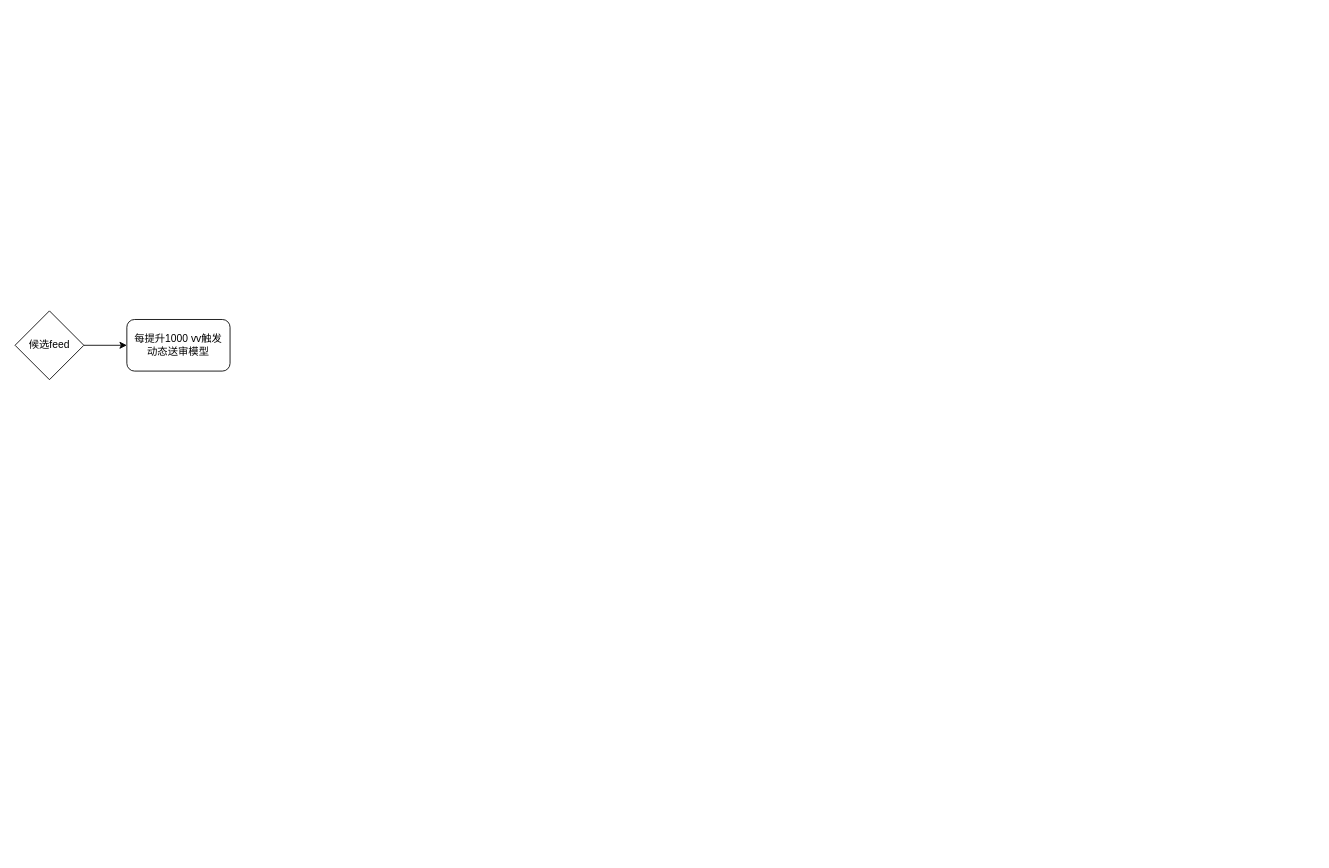
The draw.io diagram Untitled Diagram.drawio in CaryXiang/model_flow, before the edit. Source tidied: cells renumbered, new cells numbered last; positions are measured from the earlier drawing's top-left corner, leaving out a move shared by most shapes. Both pictures are drawn from the tidied source at 86%, with x=0, y=0 at pixel (15, 310).
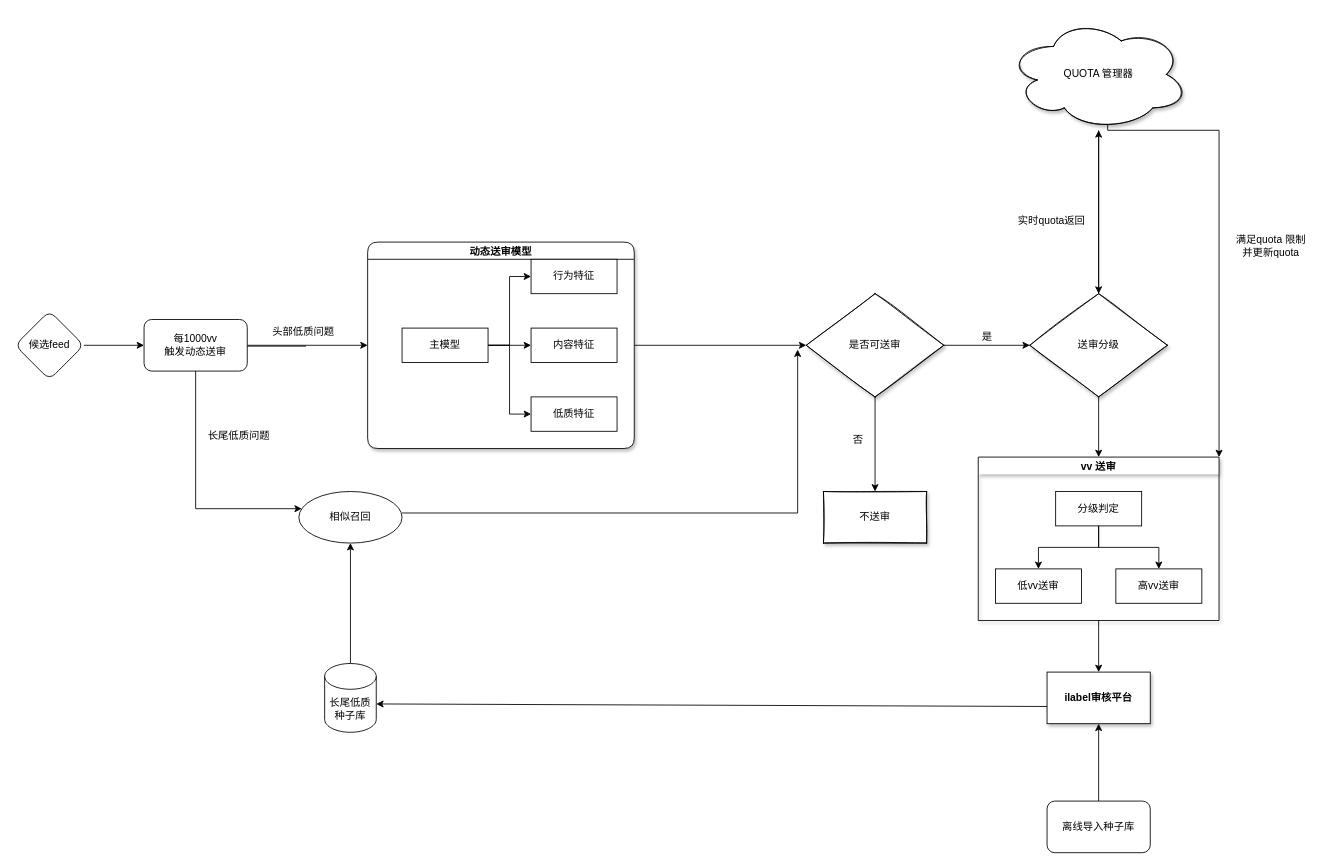
After the change.

The edit, as a diff of the source:
```diff
@@
+    <mxCell id="5" style="edgeStyle=orthogonalEdgeStyle;rounded=0;jettySize=auto;html=1;" parent="1" edge="1" source="2" target="8">
+      <mxGeometry relative="1" as="geometry" />
+    </mxCell>
-    <mxCell id="2" value="候选feed" style="rhombus;whiteSpace=wrap;html=1;" parent="1" vertex="1">
+    <mxCell id="2" value="候选feed" style="rhombus;whiteSpace=wrap;html=1;rounded=1;" parent="1" vertex="1">
       <mxGeometry width="80" height="80" as="geometry" />
     </mxCell>
-    <mxCell id="3" style="endArrow=classic;html=1;rounded=0;" parent="1" edge="1">
-      <mxGeometry relative="1" as="geometry">
-        <mxPoint x="80" y="40" as="sourcePoint" />
-        <mxPoint x="130" y="40" as="targetPoint" />
-      </mxGeometry>
-    </mxCell>
-    <mxCell id="4" value="每提升1000 vv触发&lt;br&gt;动态送审模型" style="rounded=1;whiteSpace=wrap;html=1;" parent="1" vertex="1">
-      <mxGeometry x="130" y="10" width="120" height="60" as="geometry" />
-    </mxCell>
+    <mxCell id="6" style="edgeStyle=orthogonalEdgeStyle;rounded=0;jettySize=auto;html=1;entryX=0;entryY=0.5;entryDx=0;entryDy=0;" parent="1" edge="1" source="8" target="10">
+      <mxGeometry relative="1" as="geometry">
+        <Array as="points">
+          <mxPoint x="350" y="40" />
+          <mxPoint x="350" y="40" />
+        </Array>
+      </mxGeometry>
+    </mxCell>
+    <mxCell id="7" style="edgeStyle=orthogonalEdgeStyle;rounded=0;jettySize=auto;html=1;exitX=0.533;exitY=1.033;exitDx=0;exitDy=0;exitPerimeter=0;" parent="1" edge="1" source="40" target="41">
+      <mxGeometry relative="1" as="geometry">
+        <Array as="points">
+          <mxPoint x="210" y="41" />
+          <mxPoint x="210" y="230" />
+        </Array>
+      </mxGeometry>
+    </mxCell>
+    <mxCell id="8" value="每1000vv&lt;br&gt;触发动态送审" style="whiteSpace=wrap;html=1;sketch=0;shadow=0;glass=0;rounded=1;" parent="1" vertex="1">
+      <mxGeometry x="150" y="10" width="120" height="60" as="geometry" />
+    </mxCell>
+    <mxCell id="9" style="edgeStyle=orthogonalEdgeStyle;rounded=0;jettySize=auto;html=1;entryX=0;entryY=0.5;entryDx=0;entryDy=0;" parent="1" edge="1" source="10" target="20">
+      <mxGeometry relative="1" as="geometry" />
+    </mxCell>
+    <mxCell id="10" value="动态送审模型" style="swimlane;startSize=20;horizontal=1;horizontalTree=1;containerType=tree;swimlaneFillColor=default;rounded=1;shadow=1;sketch=0;swimlaneLine=1;glass=0;noLabel=0;arcSize=20;" parent="1" vertex="1">
+      <mxGeometry x="410" y="-80" width="310" height="240" as="geometry" />
+    </mxCell>
+    <mxCell id="11" value="主模型" style="whiteSpace=wrap;html=1;" parent="10" vertex="1">
+      <mxGeometry x="40" y="100" width="100" height="40" as="geometry" />
+    </mxCell>
+    <mxCell id="12" value="行为特征" style="whiteSpace=wrap;html=1;" parent="10" vertex="1">
+      <mxGeometry x="190" y="20" width="100" height="40" as="geometry" />
+    </mxCell>
+    <mxCell id="13" style="edgeStyle=elbowEdgeStyle;elbow=horizontal;html=1;rounded=0;" parent="10" edge="1" source="11" target="12">
+      <mxGeometry relative="1" as="geometry" />
+    </mxCell>
+    <mxCell id="14" value="内容特征" style="whiteSpace=wrap;html=1;" parent="10" vertex="1">
+      <mxGeometry x="190" y="100" width="100" height="40" as="geometry" />
+    </mxCell>
+    <mxCell id="15" style="edgeStyle=elbowEdgeStyle;elbow=horizontal;html=1;rounded=0;" parent="10" edge="1" source="11" target="14">
+      <mxGeometry relative="1" as="geometry" />
+    </mxCell>
+    <mxCell id="16" style="edgeStyle=elbowEdgeStyle;elbow=horizontal;html=1;rounded=0;" parent="10" edge="1" source="11" target="17">
+      <mxGeometry relative="1" as="geometry" />
+    </mxCell>
+    <mxCell id="17" value="低质特征" style="whiteSpace=wrap;html=1;" parent="10" vertex="1">
+      <mxGeometry x="190" y="180" width="100" height="40" as="geometry" />
+    </mxCell>
+    <mxCell id="18" style="edgeStyle=orthogonalEdgeStyle;rounded=0;jettySize=auto;html=1;strokeColor=#000000;" parent="1" edge="1" source="20">
+      <mxGeometry relative="1" as="geometry">
+        <mxPoint x="1180" y="40" as="targetPoint" />
+      </mxGeometry>
+    </mxCell>
+    <mxCell id="19" style="edgeStyle=orthogonalEdgeStyle;rounded=0;jettySize=auto;html=1;strokeColor=#000000;" parent="1" edge="1" source="20" target="25">
+      <mxGeometry relative="1" as="geometry" />
+    </mxCell>
+    <mxCell id="20" value="是否可送审" style="rhombus;whiteSpace=wrap;html=1;sketch=1;shadow=1;" parent="1" vertex="1">
+      <mxGeometry x="920" y="-20" width="160" height="120" as="geometry" />
+    </mxCell>
+    <mxCell id="21" value="是" style="text;html=1;align=center;verticalAlign=middle;strokeColor=none;fillColor=none;" parent="1" vertex="1">
+      <mxGeometry x="1110" y="15" width="40" height="30" as="geometry" />
+    </mxCell>
+    <mxCell id="22" style="edgeStyle=none;rounded=0;jettySize=auto;html=1;strokeColor=#000000;" parent="1" edge="1" source="24" target="30">
+      <mxGeometry relative="1" as="geometry" />
+    </mxCell>
+    <mxCell id="23" style="edgeStyle=none;rounded=0;jettySize=auto;html=1;strokeColor=#000000;entryX=0.5;entryY=0;entryDx=0;entryDy=0;" parent="1" edge="1" source="24" target="32">
+      <mxGeometry relative="1" as="geometry" />
+    </mxCell>
+    <mxCell id="24" value="送审分级" style="rhombus;whiteSpace=wrap;html=1;rounded=0;sketch=1;shadow=1;" parent="1" vertex="1">
+      <mxGeometry x="1180" y="-20" width="160" height="120" as="geometry" />
+    </mxCell>
+    <mxCell id="25" value="不送审" style="whiteSpace=wrap;html=1;sketch=1;shadow=1;" parent="1" vertex="1">
+      <mxGeometry x="940" y="210" width="120" height="60" as="geometry" />
+    </mxCell>
+    <mxCell id="26" value="否" style="text;html=1;align=center;verticalAlign=middle;strokeColor=none;fillColor=none;" parent="1" vertex="1">
+      <mxGeometry x="960" y="135" width="40" height="30" as="geometry" />
+    </mxCell>
+    <mxCell id="27" style="rounded=0;orthogonalLoop=1;jettySize=auto;html=1;strokeColor=#000000;entryX=1;entryY=0.5;entryDx=0;entryDy=0;" parent="1" edge="1" source="24" target="24">
+      <mxGeometry relative="1" as="geometry">
+        <Array as="points">
+          <mxPoint x="1340" y="40" />
+        </Array>
+      </mxGeometry>
+    </mxCell>
+    <mxCell id="28" style="edgeStyle=none;rounded=0;jettySize=auto;html=1;strokeColor=#000000;" parent="1" edge="1" source="30" target="24">
+      <mxGeometry relative="1" as="geometry" />
+    </mxCell>
+    <mxCell id="29" style="edgeStyle=orthogonalEdgeStyle;rounded=0;jettySize=auto;html=1;exitX=0.55;exitY=0.95;exitDx=0;exitDy=0;exitPerimeter=0;entryX=1;entryY=0;entryDx=0;entryDy=0;" parent="1" edge="1" source="30" target="32">
+      <mxGeometry relative="1" as="geometry">
+        <Array as="points">
+          <mxPoint x="1271" y="-210" />
+          <mxPoint x="1400" y="-210" />
+        </Array>
+      </mxGeometry>
+    </mxCell>
+    <mxCell id="30" value="QUOTA 管理器" style="ellipse;shape=cloud;whiteSpace=wrap;html=1;fillColor=default;shadow=1;sketch=1;" parent="1" vertex="1">
+      <mxGeometry x="1155" y="-340" width="210" height="130" as="geometry" />
+    </mxCell>
+    <mxCell id="31" style="edgeStyle=orthogonalEdgeStyle;rounded=0;jettySize=auto;html=1;" parent="1" edge="1" source="32" target="45">
+      <mxGeometry relative="1" as="geometry" />
+    </mxCell>
+    <mxCell id="32" value="vv 送审" style="swimlane;startSize=20;horizontal=1;horizontalTree=0;containerType=tree;fillColor=default;rounded=0;shadow=1;glass=0;sketch=0;swimlaneLine=0;" parent="1" vertex="1">
+      <mxGeometry x="1120" y="170" width="280" height="190" as="geometry" />
+    </mxCell>
+    <mxCell id="33" value="分级判定" style="whiteSpace=wrap;html=1;fillColor=default;" parent="32" vertex="1">
+      <mxGeometry x="90" y="40" width="100" height="40" as="geometry" />
+    </mxCell>
+    <mxCell id="34" value="低vv送审" style="whiteSpace=wrap;html=1;fillColor=default;" parent="32" vertex="1">
+      <mxGeometry x="20" y="130" width="100" height="40" as="geometry" />
+    </mxCell>
+    <mxCell id="35" style="edgeStyle=elbowEdgeStyle;elbow=vertical;html=1;rounded=0;strokeColor=#000000;" parent="32" edge="1" source="33" target="34">
+      <mxGeometry relative="1" as="geometry" />
+    </mxCell>
+    <mxCell id="36" value="高vv送审" style="whiteSpace=wrap;html=1;fillColor=default;" parent="32" vertex="1">
+      <mxGeometry x="160" y="130" width="100" height="40" as="geometry" />
+    </mxCell>
+    <mxCell id="37" style="edgeStyle=elbowEdgeStyle;elbow=vertical;html=1;rounded=0;strokeColor=#000000;" parent="32" edge="1" source="33" target="36">
+      <mxGeometry relative="1" as="geometry" />
+    </mxCell>
+    <mxCell id="38" value="实时quota返回" style="text;html=1;align=center;verticalAlign=middle;strokeColor=none;fillColor=none;" parent="1" vertex="1">
+      <mxGeometry x="1155" y="-120" width="100" height="30" as="geometry" />
+    </mxCell>
+    <mxCell id="39" value="满足quota 限制&lt;br&gt;并更新quota" style="text;html=1;align=center;verticalAlign=middle;strokeColor=none;fillColor=none;" parent="1" vertex="1">
+      <mxGeometry x="1410" y="-95" width="100" height="40" as="geometry" />
+    </mxCell>
+    <mxCell id="40" value="头部低质问题" style="text;html=1;align=center;verticalAlign=middle;points=[];strokeColor=none;fillColor=none;" parent="1" vertex="1">
+      <mxGeometry x="285" y="10" width="100" height="30" as="geometry" />
+    </mxCell>
+    <mxCell id="41" value="相似召回" style="ellipse;whiteSpace=wrap;html=1;sketch=0;shadow=0;glass=0;rounded=1;" parent="1" vertex="1">
+      <mxGeometry x="330" y="210" width="120" height="60" as="geometry" />
+    </mxCell>
+    <mxCell id="42" value="长尾低质问题" style="text;html=1;align=center;verticalAlign=middle;strokeColor=none;fillColor=none;" parent="1" vertex="1">
+      <mxGeometry x="210" y="130" width="100" height="30" as="geometry" />
+    </mxCell>
+    <mxCell id="43" style="edgeStyle=orthogonalEdgeStyle;rounded=0;jettySize=auto;html=1;" parent="1" edge="1" source="44" target="41">
+      <mxGeometry relative="1" as="geometry" />
+    </mxCell>
+    <mxCell id="44" value="长尾低质种子库" style="shape=cylinder3;whiteSpace=wrap;html=1;boundedLbl=1;backgroundOutline=1;size=15;" parent="1" vertex="1">
+      <mxGeometry x="360" y="410" width="60" height="80" as="geometry" />
+    </mxCell>
+    <mxCell id="45" value="ilabel审核平台" style="whiteSpace=wrap;html=1;fontStyle=1;startSize=20;rounded=0;shadow=1;glass=0;sketch=0;" parent="1" vertex="1">
+      <mxGeometry x="1200" y="420" width="120" height="60" as="geometry" />
+    </mxCell>
+    <mxCell id="46" style="endArrow=classic;html=1;rounded=0;entryX=1;entryY=0.588;entryDx=0;entryDy=0;entryPerimeter=0;" parent="1" edge="1" target="44">
+      <mxGeometry relative="1" as="geometry">
+        <mxPoint x="1200" y="460" as="sourcePoint" />
+      </mxGeometry>
+    </mxCell>
+    <mxCell id="47" style="endArrow=classic;html=1;rounded=0;" parent="1" edge="1">
+      <mxGeometry relative="1" as="geometry">
+        <mxPoint x="450" y="235" as="sourcePoint" />
+        <mxPoint x="910" y="45" as="targetPoint" />
+        <Array as="points">
+          <mxPoint x="910" y="235" />
+        </Array>
+      </mxGeometry>
+    </mxCell>
+    <mxCell id="48" style="edgeStyle=orthogonalEdgeStyle;rounded=0;jettySize=auto;html=1;" parent="1" edge="1" source="49" target="45">
+      <mxGeometry relative="1" as="geometry" />
+    </mxCell>
+    <mxCell id="49" value="&lt;span style=&quot;&quot;&gt;离线导入种子库&lt;/span&gt;" style="rounded=1;whiteSpace=wrap;html=1;" parent="1" vertex="1">
+      <mxGeometry x="1200" y="570" width="120" height="60" as="geometry" />
+    </mxCell>
```
